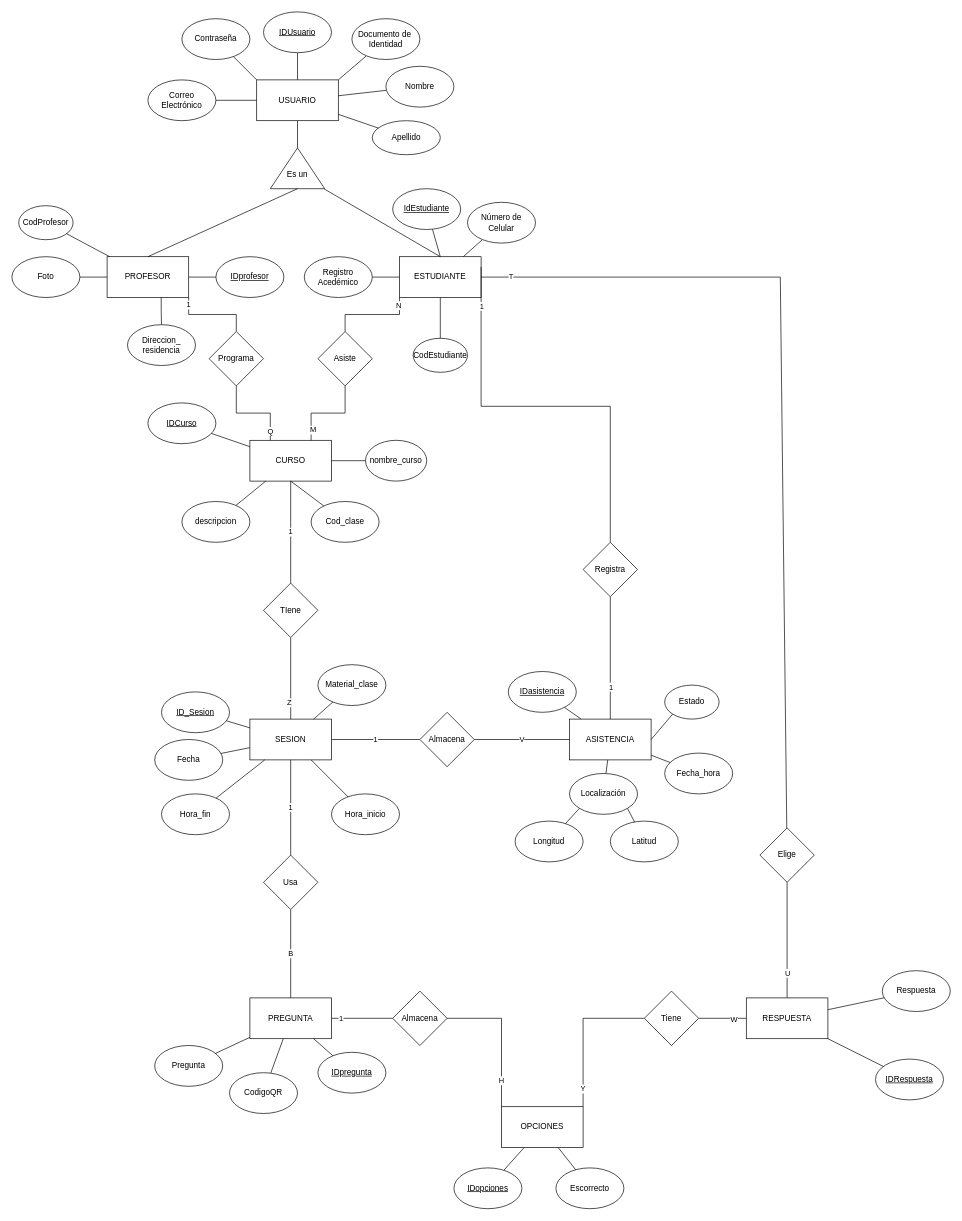
Above: Attenzio Entidad-Relación_02.drawio in 18luisc/Attenzio (draw.io), before the change. Source tidied: cells renumbered, new cells numbered last; positions are measured from the earlier drawing's top-left corner, leaving out a move shared by most shapes. Both pictures are drawn from the tidied source at 68%, with x=0, y=0 at pixel (12, 12).
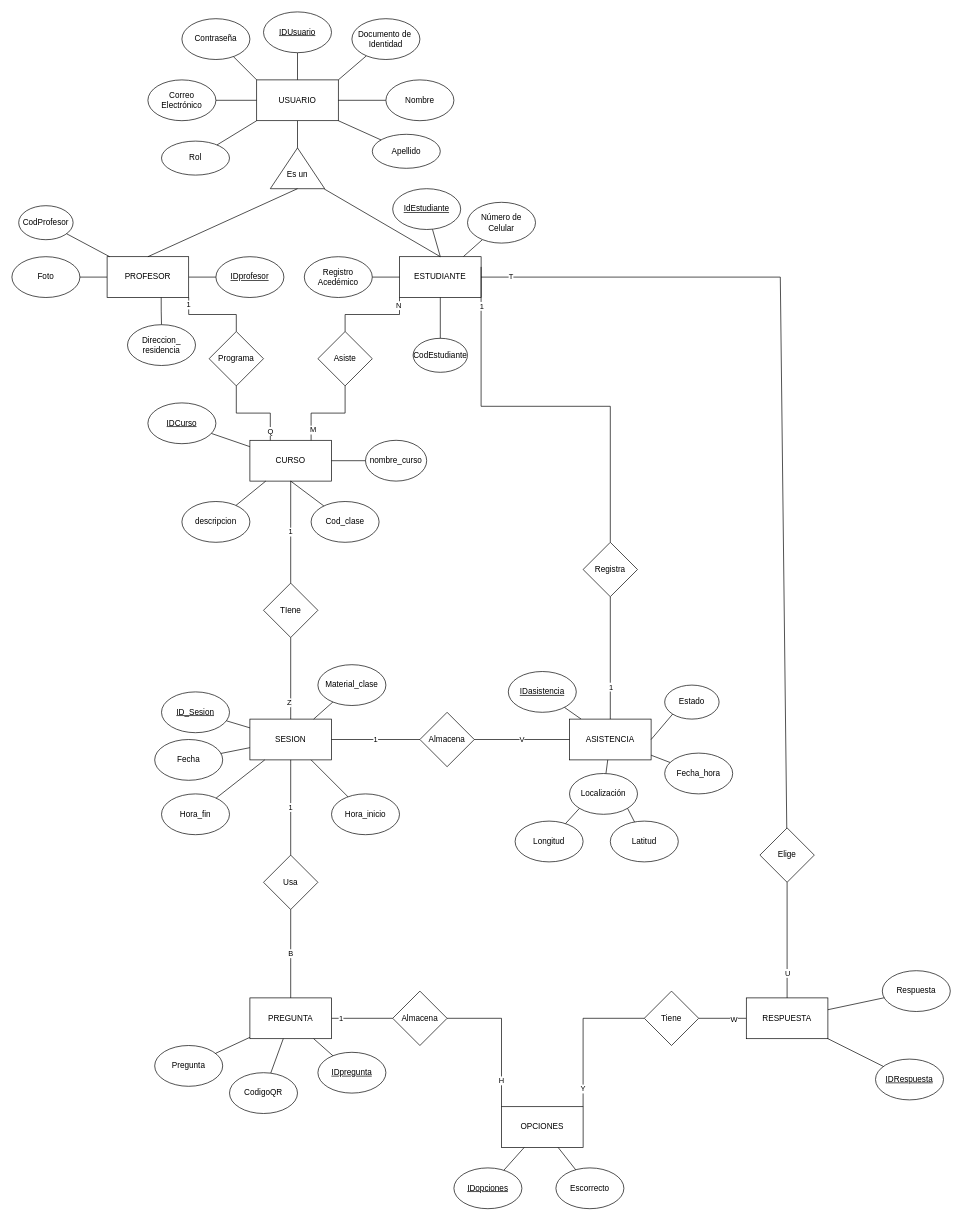
After the change.

Commit message:
Se agrega Atributo Rol

Unchanged cells that the change refers to:
```xml
<mxCell id="5" value="USUARIO" style="rounded=0;whiteSpace=wrap;html=1;" parent="1" vertex="1">
  <mxGeometry x="360" y="100" width="120" height="60" as="geometry" />
</mxCell>
```

Change to the diagram source:
```diff
@@
     <mxCell id="27" value="Nombre" style="ellipse;whiteSpace=wrap;html=1;" parent="1" vertex="1">
-      <mxGeometry x="550" y="80" width="100" height="60" as="geometry" />
+      <mxGeometry x="550" y="100" width="100" height="60" as="geometry" />
     </mxCell>
@@
     <mxCell id="73" value="Apellido" style="ellipse;whiteSpace=wrap;html=1;" parent="1" vertex="1">
-      <mxGeometry x="530" y="160" width="100" height="50" as="geometry" />
+      <mxGeometry x="530" y="180" width="100" height="50" as="geometry" />
     </mxCell>
-    <mxCell id="74" style="endArrow=none;html=1;rounded=0;" parent="1" edge="1" source="5" target="73">
+    <mxCell id="74" style="endArrow=none;html=1;rounded=0;exitX=1;exitY=1;exitDx=0;exitDy=0;" parent="1" edge="1" source="5" target="73">
       <mxGeometry relative="1" as="geometry" />
     </mxCell>
@@
+    <mxCell id="128" value="Rol" style="ellipse;whiteSpace=wrap;html=1;" parent="1" vertex="1">
+      <mxGeometry x="220" y="190" width="100" height="50" as="geometry" />
+    </mxCell>
+    <mxCell id="129" style="endArrow=none;html=1;rounded=0;exitX=0;exitY=1;exitDx=0;exitDy=0;" parent="1" edge="1" source="5" target="128">
+      <mxGeometry relative="1" as="geometry" />
+    </mxCell>
```
